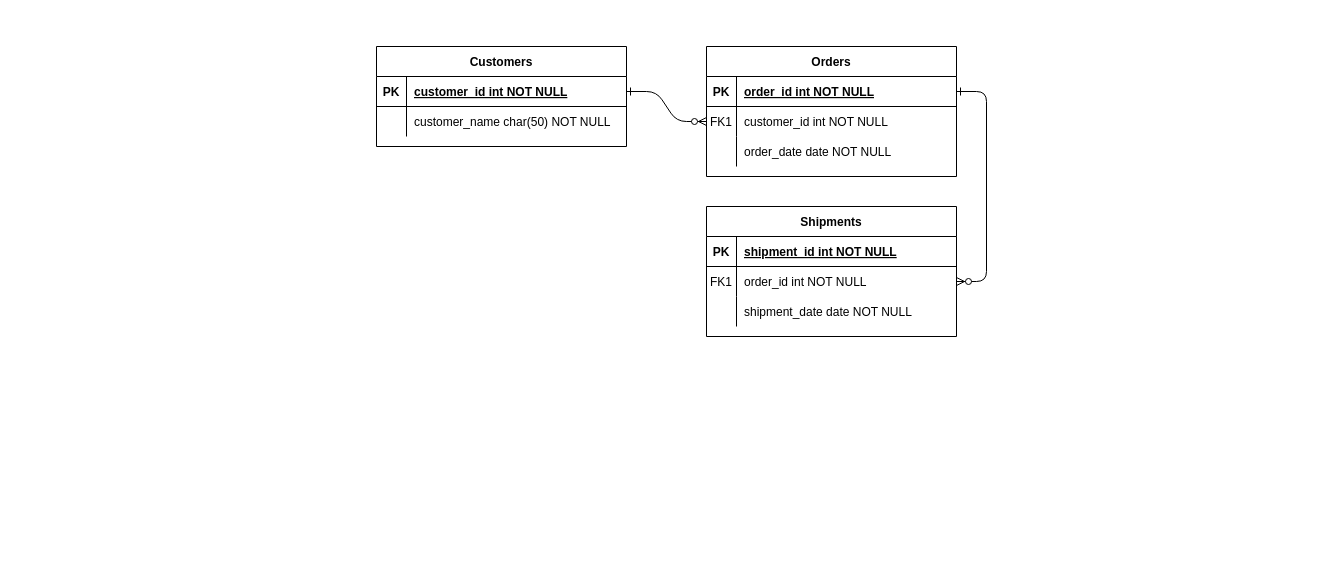
Earlier version of the draw.io diagram Diagramma senza titolo.drawio (f1saw/f1_project). Source tidied: cells renumbered, new cells numbered last; positions are measured from the earlier drawing's top-left corner, leaving out a move shared by most shapes. Both pictures are drawn from the tidied source at 100%, with x=0, y=0 at pixel (376, 46).
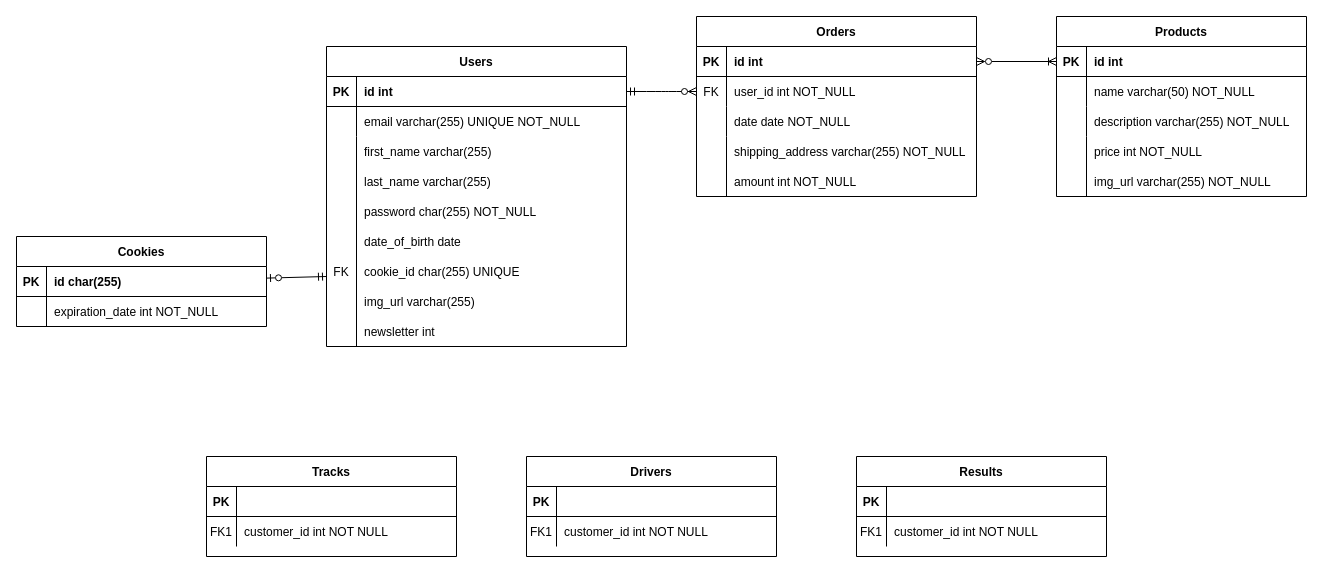
Above is the later version.

The edit, as a diff of the source:
```diff
@@
-    <mxCell id="2" style="edgeStyle=entityRelationEdgeStyle;endArrow=ERzeroToMany;startArrow=ERone;endFill=1;startFill=0;" parent="1" edge="1" source="25" target="8">
+    <mxCell id="2" style="edgeStyle=entityRelationEdgeStyle;endArrow=ERzeroToMany;startArrow=ERmandOne;endFill=1;startFill=0;" parent="1" edge="1" source="25" target="8">
       <mxGeometry relative="1" as="geometry" />
     </mxCell>
-    <mxCell id="3" style="edgeStyle=entityRelationEdgeStyle;endArrow=ERzeroToMany;startArrow=ERone;endFill=1;startFill=0;" parent="1" edge="1" source="5" target="18">
-      <mxGeometry relative="1" as="geometry" />
-    </mxCell>
     <mxCell id="4" value="Orders" style="shape=table;startSize=30;childLayout=tableLayout;rowLines=0;fontStyle=1;align=center;" parent="1" vertex="1">
-      <mxGeometry x="330" width="250" height="130" as="geometry" />
+      <mxGeometry x="320" y="-30" width="280" height="180" as="geometry" />
     </mxCell>
     <mxCell id="5" style="shape=partialRectangle;fillColor=none;points=[[0,0.5],[1,0.5]];portConstraint=eastwest;top=0;left=0;right=0;bottom=1;" parent="4" vertex="1">
-      <mxGeometry y="30" width="250" height="30" as="geometry" />
+      <mxGeometry y="30" width="280" height="30" as="geometry" />
     </mxCell>
@@
-    <mxCell id="7" value="order_id int NOT NULL " style="shape=partialRectangle;overflow=hidden;fillColor=none;top=0;left=0;bottom=0;right=0;align=left;spacingLeft=6;fontStyle=5;" parent="5" vertex="1">
-      <mxGeometry x="30" width="220" height="30" as="geometry" />
+    <mxCell id="7" value="id int" style="shape=partialRectangle;overflow=hidden;fillColor=none;top=0;left=0;bottom=0;right=0;align=left;spacingLeft=6;fontStyle=1;" parent="5" vertex="1">
+      <mxGeometry x="30" width="250" height="30" as="geometry" />
     </mxCell>
     <mxCell id="8" style="shape=partialRectangle;fillColor=none;points=[[0,0.5],[1,0.5]];portConstraint=eastwest;top=0;left=0;right=0;bottom=0;" parent="4" vertex="1">
-      <mxGeometry y="60" width="250" height="30" as="geometry" />
+      <mxGeometry y="60" width="280" height="30" as="geometry" />
     </mxCell>
-    <mxCell id="9" value="FK1" style="shape=partialRectangle;overflow=hidden;fillColor=none;top=0;left=0;bottom=0;right=0;" parent="8" vertex="1">
+    <mxCell id="9" value="FK" style="shape=partialRectangle;overflow=hidden;fillColor=none;top=0;left=0;bottom=0;right=0;" parent="8" vertex="1">
       <mxGeometry width="30" height="30" as="geometry" />
     </mxCell>
-    <mxCell id="10" value="customer_id int NOT NULL" style="shape=partialRectangle;overflow=hidden;fillColor=none;top=0;left=0;bottom=0;right=0;align=left;spacingLeft=6;" parent="8" vertex="1">
-      <mxGeometry x="30" width="220" height="30" as="geometry" />
+    <mxCell id="10" value="user_id int NOT_NULL" style="shape=partialRectangle;overflow=hidden;fillColor=none;top=0;left=0;bottom=0;right=0;align=left;spacingLeft=6;" parent="8" vertex="1">
+      <mxGeometry x="30" width="250" height="30" as="geometry" />
     </mxCell>
     <mxCell id="11" style="shape=partialRectangle;fillColor=none;top=0;left=0;right=0;bottom=0;" parent="4" vertex="1">
-      <mxGeometry y="90" width="250" height="30" as="geometry" />
+      <mxGeometry y="90" width="280" height="30" as="geometry" />
     </mxCell>
@@
-    <mxCell id="13" value="order_date date NOT NULL" style="shape=partialRectangle;overflow=hidden;fillColor=none;top=0;left=0;bottom=0;right=0;align=left;spacingLeft=6;" parent="11" vertex="1">
-      <mxGeometry x="30" width="220" height="30" as="geometry" />
+    <mxCell id="13" style="shape=partialRectangle;overflow=hidden;fillColor=none;top=0;left=0;bottom=0;right=0;align=left;spacingLeft=6;" parent="11" vertex="1">
+      <mxGeometry x="30" width="250" height="30" as="geometry" />
     </mxCell>
-    <mxCell id="14" value="Shipments" style="shape=table;startSize=30;childLayout=tableLayout;rowLines=0;fontStyle=1;align=center;" parent="1" vertex="1">
-      <mxGeometry x="330" y="160" width="250" height="130" as="geometry" />
-    </mxCell>
-    <mxCell id="15" style="shape=partialRectangle;fillColor=none;top=0;left=0;right=0;bottom=1;" parent="14" vertex="1">
-      <mxGeometry y="30" width="250" height="30" as="geometry" />
-    </mxCell>
-    <mxCell id="16" value="PK" style="shape=partialRectangle;overflow=hidden;fillColor=none;top=0;left=0;bottom=0;right=0;fontStyle=1;" parent="15" vertex="1">
-      <mxGeometry width="30" height="30" as="geometry" />
-    </mxCell>
-    <mxCell id="17" value="shipment_id int NOT NULL " style="shape=partialRectangle;overflow=hidden;fillColor=none;top=0;left=0;bottom=0;right=0;align=left;spacingLeft=6;fontStyle=5;" parent="15" vertex="1">
-      <mxGeometry x="30" width="220" height="30" as="geometry" />
-    </mxCell>
-    <mxCell id="18" style="shape=partialRectangle;fillColor=none;points=[[0,0.5],[1,0.5]];portConstraint=eastwest;top=0;left=0;right=0;bottom=0;" parent="14" vertex="1">
-      <mxGeometry y="60" width="250" height="30" as="geometry" />
-    </mxCell>
-    <mxCell id="19" value="FK1" style="shape=partialRectangle;overflow=hidden;fillColor=none;top=0;left=0;bottom=0;right=0;" parent="18" vertex="1">
-      <mxGeometry width="30" height="30" as="geometry" />
-    </mxCell>
-    <mxCell id="20" value="order_id int NOT NULL" style="shape=partialRectangle;overflow=hidden;fillColor=none;top=0;left=0;bottom=0;right=0;align=left;spacingLeft=6;" parent="18" vertex="1">
-      <mxGeometry x="30" width="220" height="30" as="geometry" />
-    </mxCell>
-    <mxCell id="21" style="shape=partialRectangle;fillColor=none;top=0;left=0;right=0;bottom=0;" parent="14" vertex="1">
-      <mxGeometry y="90" width="250" height="30" as="geometry" />
-    </mxCell>
-    <mxCell id="22" style="shape=partialRectangle;overflow=hidden;fillColor=none;top=0;left=0;bottom=0;right=0;" parent="21" vertex="1">
-      <mxGeometry width="30" height="30" as="geometry" />
-    </mxCell>
-    <mxCell id="23" value="shipment_date date NOT NULL" style="shape=partialRectangle;overflow=hidden;fillColor=none;top=0;left=0;bottom=0;right=0;align=left;spacingLeft=6;" parent="21" vertex="1">
-      <mxGeometry x="30" width="220" height="30" as="geometry" />
-    </mxCell>
-    <mxCell id="24" value="Customers" style="shape=table;startSize=30;childLayout=tableLayout;rowLines=0;fontStyle=1;align=center;" parent="1" vertex="1">
-      <mxGeometry width="250" height="100" as="geometry" />
+    <mxCell id="24" value="Users" style="shape=table;startSize=30;childLayout=tableLayout;rowLines=0;fontStyle=1;align=center;" parent="1" vertex="1">
+      <mxGeometry x="-50" width="300" height="300" as="geometry" />
     </mxCell>
     <mxCell id="25" style="shape=partialRectangle;fillColor=none;points=[[0,0.5],[1,0.5]];portConstraint=eastwest;top=0;left=0;right=0;bottom=1;" parent="24" vertex="1">
-      <mxGeometry y="30" width="250" height="30" as="geometry" />
+      <mxGeometry y="30" width="300" height="30" as="geometry" />
     </mxCell>
@@
-    <mxCell id="27" value="customer_id int NOT NULL " style="shape=partialRectangle;overflow=hidden;fillColor=none;top=0;left=0;bottom=0;right=0;align=left;spacingLeft=6;fontStyle=5;" parent="25" vertex="1">
-      <mxGeometry x="30" width="220" height="30" as="geometry" />
+    <mxCell id="27" value="id int " style="shape=partialRectangle;overflow=hidden;fillColor=none;top=0;left=0;bottom=0;right=0;align=left;spacingLeft=6;fontStyle=1;" parent="25" vertex="1">
+      <mxGeometry x="30" width="270" height="30" as="geometry" />
     </mxCell>
     <mxCell id="28" style="shape=partialRectangle;fillColor=none;top=0;left=0;right=0;bottom=0;" parent="24" vertex="1">
-      <mxGeometry y="60" width="250" height="30" as="geometry" />
+      <mxGeometry y="60" width="300" height="30" as="geometry" />
     </mxCell>
@@
-    <mxCell id="30" value="customer_name char(50) NOT NULL" style="shape=partialRectangle;overflow=hidden;fillColor=none;top=0;left=0;bottom=0;right=0;align=left;spacingLeft=6;" parent="28" vertex="1">
-      <mxGeometry x="30" width="220" height="30" as="geometry" />
+    <mxCell id="30" value="email varchar(255) UNIQUE NOT_NULL " style="shape=partialRectangle;overflow=hidden;fillColor=none;top=0;left=0;bottom=0;right=0;align=left;spacingLeft=6;" parent="28" vertex="1">
+      <mxGeometry x="30" width="270" height="30" as="geometry" />
     </mxCell>
+    <mxCell id="31" value="first_name varchar(255) " style="shape=partialRectangle;overflow=hidden;fillColor=none;top=0;left=0;bottom=0;right=0;align=left;spacingLeft=6;" parent="1" vertex="1">
+      <mxGeometry x="-20" y="90" width="220" height="30" as="geometry" />
+    </mxCell>
+    <mxCell id="32" value="last_name varchar(255) " style="shape=partialRectangle;overflow=hidden;fillColor=none;top=0;left=0;bottom=0;right=0;align=left;spacingLeft=6;" parent="1" vertex="1">
+      <mxGeometry x="-20" y="120" width="220" height="30" as="geometry" />
+    </mxCell>
+    <mxCell id="33" value="Products" style="shape=table;startSize=30;childLayout=tableLayout;rowLines=0;fontStyle=1;align=center;" parent="1" vertex="1">
+      <mxGeometry x="680" y="-30" width="250" height="180" as="geometry" />
+    </mxCell>
+    <mxCell id="34" style="shape=partialRectangle;fillColor=none;points=[[0,0.5],[1,0.5]];portConstraint=eastwest;top=0;left=0;right=0;bottom=1;" parent="33" vertex="1">
+      <mxGeometry y="30" width="250" height="30" as="geometry" />
+    </mxCell>
+    <mxCell id="35" value="PK" style="shape=partialRectangle;overflow=hidden;fillColor=none;top=0;left=0;bottom=0;right=0;fontStyle=1;" parent="34" vertex="1">
+      <mxGeometry width="30" height="30" as="geometry" />
+    </mxCell>
+    <mxCell id="36" value="id int" style="shape=partialRectangle;overflow=hidden;fillColor=none;top=0;left=0;bottom=0;right=0;align=left;spacingLeft=6;fontStyle=1;" parent="34" vertex="1">
+      <mxGeometry x="30" width="220" height="30" as="geometry" />
+    </mxCell>
+    <mxCell id="37" style="shape=partialRectangle;fillColor=none;top=0;left=0;right=0;bottom=0;" parent="33" vertex="1">
+      <mxGeometry y="60" width="250" height="30" as="geometry" />
+    </mxCell>
+    <mxCell id="38" style="shape=partialRectangle;overflow=hidden;fillColor=none;top=0;left=0;bottom=0;right=0;" parent="37" vertex="1">
+      <mxGeometry width="30" height="30" as="geometry" />
+    </mxCell>
+    <mxCell id="39" style="shape=partialRectangle;overflow=hidden;fillColor=none;top=0;left=0;bottom=0;right=0;align=left;spacingLeft=6;" parent="37" vertex="1">
+      <mxGeometry x="30" width="220" height="30" as="geometry" />
+    </mxCell>
+    <mxCell id="21" style="shape=partialRectangle;fillColor=none;top=0;left=0;right=0;bottom=0;" parent="33" vertex="1">
+      <mxGeometry y="90" width="250" height="30" as="geometry" />
+    </mxCell>
+    <mxCell id="40" style="shape=partialRectangle;overflow=hidden;fillColor=none;top=0;left=0;bottom=0;right=0;" parent="21" vertex="1">
+      <mxGeometry width="30" height="30" as="geometry" />
+    </mxCell>
+    <mxCell id="41" style="shape=partialRectangle;overflow=hidden;fillColor=none;top=0;left=0;bottom=0;right=0;align=left;spacingLeft=6;" parent="21" vertex="1">
+      <mxGeometry x="30" width="220" height="30" as="geometry" />
+    </mxCell>
+    <mxCell id="42" value="Tracks" style="shape=table;startSize=30;childLayout=tableLayout;rowLines=0;fontStyle=1;align=center;" parent="1" vertex="1">
+      <mxGeometry x="-170" y="410" width="250" height="100" as="geometry" />
+    </mxCell>
+    <mxCell id="43" style="shape=partialRectangle;fillColor=none;top=0;left=0;right=0;bottom=1;" parent="42" vertex="1">
+      <mxGeometry y="30" width="250" height="30" as="geometry" />
+    </mxCell>
+    <mxCell id="44" value="PK" style="shape=partialRectangle;overflow=hidden;fillColor=none;top=0;left=0;bottom=0;right=0;fontStyle=1;" parent="43" vertex="1">
+      <mxGeometry width="30" height="30" as="geometry" />
+    </mxCell>
+    <mxCell id="45" style="shape=partialRectangle;overflow=hidden;fillColor=none;top=0;left=0;bottom=0;right=0;align=left;spacingLeft=6;fontStyle=5;" parent="43" vertex="1">
+      <mxGeometry x="30" width="220" height="30" as="geometry" />
+    </mxCell>
+    <mxCell id="46" style="shape=partialRectangle;fillColor=none;top=0;left=0;right=0;bottom=0;" parent="42" vertex="1">
+      <mxGeometry y="60" width="250" height="30" as="geometry" />
+    </mxCell>
+    <mxCell id="47" value="FK1" style="shape=partialRectangle;overflow=hidden;fillColor=none;top=0;left=0;bottom=0;right=0;" parent="46" vertex="1">
+      <mxGeometry width="30" height="30" as="geometry" />
+    </mxCell>
+    <mxCell id="48" value="customer_id int NOT NULL" style="shape=partialRectangle;overflow=hidden;fillColor=none;top=0;left=0;bottom=0;right=0;align=left;spacingLeft=6;" parent="46" vertex="1">
+      <mxGeometry x="30" width="220" height="30" as="geometry" />
+    </mxCell>
+    <mxCell id="49" value="Drivers" style="shape=table;startSize=30;childLayout=tableLayout;rowLines=0;fontStyle=1;align=center;" parent="1" vertex="1">
+      <mxGeometry x="150" y="410" width="250" height="100" as="geometry" />
+    </mxCell>
+    <mxCell id="50" style="shape=partialRectangle;fillColor=none;top=0;left=0;right=0;bottom=1;" parent="49" vertex="1">
+      <mxGeometry y="30" width="250" height="30" as="geometry" />
+    </mxCell>
+    <mxCell id="51" value="PK" style="shape=partialRectangle;overflow=hidden;fillColor=none;top=0;left=0;bottom=0;right=0;fontStyle=1;" parent="50" vertex="1">
+      <mxGeometry width="30" height="30" as="geometry" />
+    </mxCell>
+    <mxCell id="52" style="shape=partialRectangle;overflow=hidden;fillColor=none;top=0;left=0;bottom=0;right=0;align=left;spacingLeft=6;fontStyle=5;" parent="50" vertex="1">
+      <mxGeometry x="30" width="220" height="30" as="geometry" />
+    </mxCell>
+    <mxCell id="53" style="shape=partialRectangle;fillColor=none;top=0;left=0;right=0;bottom=0;" parent="49" vertex="1">
+      <mxGeometry y="60" width="250" height="30" as="geometry" />
+    </mxCell>
+    <mxCell id="54" value="FK1" style="shape=partialRectangle;overflow=hidden;fillColor=none;top=0;left=0;bottom=0;right=0;" parent="53" vertex="1">
+      <mxGeometry width="30" height="30" as="geometry" />
+    </mxCell>
+    <mxCell id="55" value="customer_id int NOT NULL" style="shape=partialRectangle;overflow=hidden;fillColor=none;top=0;left=0;bottom=0;right=0;align=left;spacingLeft=6;" parent="53" vertex="1">
+      <mxGeometry x="30" width="220" height="30" as="geometry" />
+    </mxCell>
+    <mxCell id="56" value="Results" style="shape=table;startSize=30;childLayout=tableLayout;rowLines=0;fontStyle=1;align=center;" parent="1" vertex="1">
+      <mxGeometry x="480" y="410" width="250" height="100" as="geometry" />
+    </mxCell>
+    <mxCell id="57" style="shape=partialRectangle;fillColor=none;top=0;left=0;right=0;bottom=1;" parent="56" vertex="1">
+      <mxGeometry y="30" width="250" height="30" as="geometry" />
+    </mxCell>
+    <mxCell id="58" value="PK" style="shape=partialRectangle;overflow=hidden;fillColor=none;top=0;left=0;bottom=0;right=0;fontStyle=1;" parent="57" vertex="1">
+      <mxGeometry width="30" height="30" as="geometry" />
+    </mxCell>
+    <mxCell id="59" style="shape=partialRectangle;overflow=hidden;fillColor=none;top=0;left=0;bottom=0;right=0;align=left;spacingLeft=6;fontStyle=5;" parent="57" vertex="1">
+      <mxGeometry x="30" width="220" height="30" as="geometry" />
+    </mxCell>
+    <mxCell id="60" style="shape=partialRectangle;fillColor=none;top=0;left=0;right=0;bottom=0;" parent="56" vertex="1">
+      <mxGeometry y="60" width="250" height="30" as="geometry" />
+    </mxCell>
+    <mxCell id="61" value="FK1" style="shape=partialRectangle;overflow=hidden;fillColor=none;top=0;left=0;bottom=0;right=0;" parent="60" vertex="1">
+      <mxGeometry width="30" height="30" as="geometry" />
+    </mxCell>
+    <mxCell id="62" value="customer_id int NOT NULL" style="shape=partialRectangle;overflow=hidden;fillColor=none;top=0;left=0;bottom=0;right=0;align=left;spacingLeft=6;" parent="60" vertex="1">
+      <mxGeometry x="30" width="220" height="30" as="geometry" />
+    </mxCell>
+    <mxCell id="63" value="password char(255) NOT_NULL" style="shape=partialRectangle;overflow=hidden;fillColor=none;top=0;left=0;bottom=0;right=0;align=left;spacingLeft=6;" parent="1" vertex="1">
+      <mxGeometry x="-20" y="150" width="220" height="30" as="geometry" />
+    </mxCell>
+    <mxCell id="64" value="date_of_birth date " style="shape=partialRectangle;overflow=hidden;fillColor=none;top=0;left=0;bottom=0;right=0;align=left;spacingLeft=6;" parent="1" vertex="1">
+      <mxGeometry x="-20" y="180" width="220" height="30" as="geometry" />
+    </mxCell>
+    <mxCell id="65" value="cookie_id char(255) UNIQUE" style="shape=partialRectangle;overflow=hidden;fillColor=none;top=0;left=0;bottom=0;right=0;align=left;spacingLeft=6;" parent="1" vertex="1">
+      <mxGeometry x="-20" y="210" width="220" height="30" as="geometry" />
+    </mxCell>
+    <mxCell id="66" value="FK" style="shape=partialRectangle;overflow=hidden;fillColor=none;top=0;left=0;bottom=0;right=0;" parent="1" vertex="1">
+      <mxGeometry x="-50" y="210" width="30" height="30" as="geometry" />
+    </mxCell>
+    <mxCell id="67" value="Cookies" style="shape=table;startSize=30;childLayout=tableLayout;rowLines=0;fontStyle=1;align=center;" parent="1" vertex="1">
+      <mxGeometry x="-360" y="190" width="250" height="90" as="geometry" />
+    </mxCell>
+    <mxCell id="68" style="shape=partialRectangle;fillColor=none;points=[[0,0.5],[1,0.5]];portConstraint=eastwest;top=0;left=0;right=0;bottom=1;" parent="67" vertex="1">
+      <mxGeometry y="30" width="250" height="30" as="geometry" />
+    </mxCell>
+    <mxCell id="69" value="PK" style="shape=partialRectangle;overflow=hidden;fillColor=none;top=0;left=0;bottom=0;right=0;fontStyle=1;" parent="68" vertex="1">
+      <mxGeometry width="30" height="30" as="geometry" />
+    </mxCell>
+    <mxCell id="70" value="id char(255)" style="shape=partialRectangle;overflow=hidden;fillColor=none;top=0;left=0;bottom=0;right=0;align=left;spacingLeft=6;fontStyle=1;" parent="68" vertex="1">
+      <mxGeometry x="30" width="220" height="30" as="geometry" />
+    </mxCell>
+    <mxCell id="71" style="shape=partialRectangle;fillColor=none;top=0;left=0;right=0;bottom=0;" parent="67" vertex="1">
+      <mxGeometry y="60" width="250" height="30" as="geometry" />
+    </mxCell>
+    <mxCell id="72" style="shape=partialRectangle;overflow=hidden;fillColor=none;top=0;left=0;bottom=0;right=0;" parent="71" vertex="1">
+      <mxGeometry width="30" height="30" as="geometry" />
+    </mxCell>
+    <mxCell id="73" value="expiration_date int NOT_NULL" style="shape=partialRectangle;overflow=hidden;fillColor=none;top=0;left=0;bottom=0;right=0;align=left;spacingLeft=6;" parent="71" vertex="1">
+      <mxGeometry x="30" width="220" height="30" as="geometry" />
+    </mxCell>
+    <mxCell id="74" style="endArrow=ERmandOne;html=1;rounded=0;startArrow=ERzeroToOne;startFill=0;endFill=0;" parent="1" edge="1" source="68">
+      <mxGeometry relative="1" as="geometry">
+        <mxPoint x="-50" y="230" as="targetPoint" />
+      </mxGeometry>
+    </mxCell>
+    <mxCell id="75" style="endArrow=none;html=1;rounded=0;" parent="1" edge="1">
+      <mxGeometry relative="1" as="geometry">
+        <mxPoint x="-20" y="300" as="sourcePoint" />
+        <mxPoint x="-20" y="90" as="targetPoint" />
+      </mxGeometry>
+    </mxCell>
+    <mxCell id="76" value="img_url varchar(255)" style="shape=partialRectangle;overflow=hidden;fillColor=none;top=0;left=0;bottom=0;right=0;align=left;spacingLeft=6;" parent="1" vertex="1">
+      <mxGeometry x="-20" y="240" width="220" height="30" as="geometry" />
+    </mxCell>
+    <mxCell id="77" value="date date NOT_NULL" style="shape=partialRectangle;overflow=hidden;fillColor=none;top=0;left=0;bottom=0;right=0;align=left;spacingLeft=6;" parent="1" vertex="1">
+      <mxGeometry x="350" y="60" width="220" height="30" as="geometry" />
+    </mxCell>
+    <mxCell id="78" style="endArrow=ERzeroToMany;html=1;rounded=0;entryX=1;entryY=0.5;entryDx=0;entryDy=0;exitX=0;exitY=0.5;exitDx=0;exitDy=0;startArrow=ERoneToMany;startFill=0;endFill=0;" parent="1" edge="1" source="34" target="5">
+      <mxGeometry relative="1" as="geometry" />
+    </mxCell>
+    <mxCell id="79" value="shipping_address varchar(255) NOT_NULL" style="shape=partialRectangle;overflow=hidden;fillColor=none;top=0;left=0;bottom=0;right=0;align=left;spacingLeft=6;" parent="1" vertex="1">
+      <mxGeometry x="350" y="90" width="250" height="30" as="geometry" />
+    </mxCell>
+    <mxCell id="80" style="endArrow=none;html=1;rounded=0;" parent="1" edge="1">
+      <mxGeometry relative="1" as="geometry">
+        <mxPoint x="350" y="150" as="sourcePoint" />
+        <mxPoint x="350" y="90" as="targetPoint" />
+      </mxGeometry>
+    </mxCell>
+    <mxCell id="81" value="newsletter int" style="shape=partialRectangle;overflow=hidden;fillColor=none;top=0;left=0;bottom=0;right=0;align=left;spacingLeft=6;" parent="1" vertex="1">
+      <mxGeometry x="-20" y="270" width="220" height="30" as="geometry" />
+    </mxCell>
+    <mxCell id="82" value="amount int NOT_NULL" style="shape=partialRectangle;overflow=hidden;fillColor=none;top=0;left=0;bottom=0;right=0;align=left;spacingLeft=6;" parent="1" vertex="1">
+      <mxGeometry x="350" y="120" width="250" height="30" as="geometry" />
+    </mxCell>
+    <mxCell id="83" value="name varchar(50) NOT_NULL" style="shape=partialRectangle;overflow=hidden;fillColor=none;top=0;left=0;bottom=0;right=0;align=left;spacingLeft=6;" parent="1" vertex="1">
+      <mxGeometry x="710" y="30" width="220" height="30" as="geometry" />
+    </mxCell>
+    <mxCell id="84" value="description varchar(255) NOT_NULL" style="shape=partialRectangle;overflow=hidden;fillColor=none;top=0;left=0;bottom=0;right=0;align=left;spacingLeft=6;" parent="1" vertex="1">
+      <mxGeometry x="710" y="60" width="220" height="30" as="geometry" />
+    </mxCell>
+    <mxCell id="85" value="price int NOT_NULL" style="shape=partialRectangle;overflow=hidden;fillColor=none;top=0;left=0;bottom=0;right=0;align=left;spacingLeft=6;" parent="1" vertex="1">
+      <mxGeometry x="710" y="90" width="220" height="30" as="geometry" />
+    </mxCell>
+    <mxCell id="86" value="img_url varchar(255) NOT_NULL" style="shape=partialRectangle;overflow=hidden;fillColor=none;top=0;left=0;bottom=0;right=0;align=left;spacingLeft=6;" parent="1" vertex="1">
+      <mxGeometry x="710" y="120" width="220" height="30" as="geometry" />
+    </mxCell>
+    <mxCell id="87" style="endArrow=none;html=1;rounded=0;" parent="1" edge="1">
+      <mxGeometry relative="1" as="geometry">
+        <mxPoint x="710" y="150" as="sourcePoint" />
+        <mxPoint x="710" y="90" as="targetPoint" />
+      </mxGeometry>
+    </mxCell>
```
